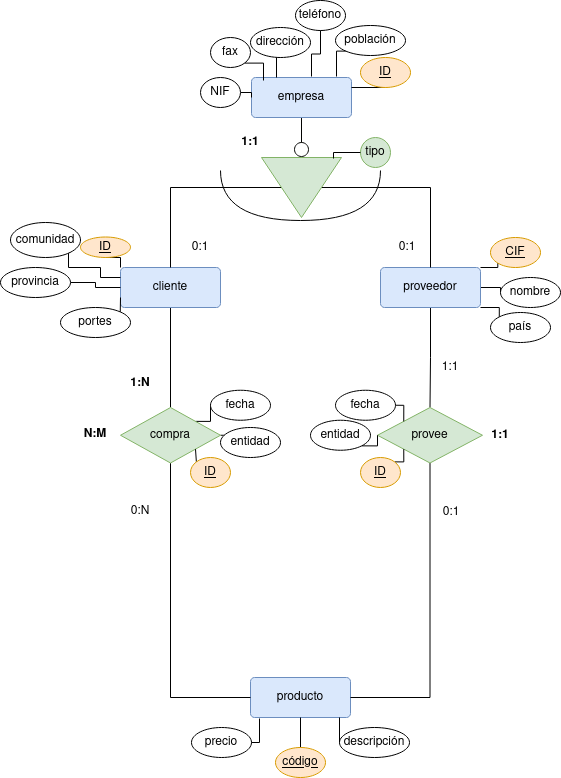
Above: Unidad-1/Tareas./Simulacro de examen/Empresa.drawio.png in mdiogc/base-datos (draw.io), before the change. Source tidied: cells renumbered, new cells last; positions are measured from the earlier drawing's top-left corner, leaving out a move shared by most shapes.
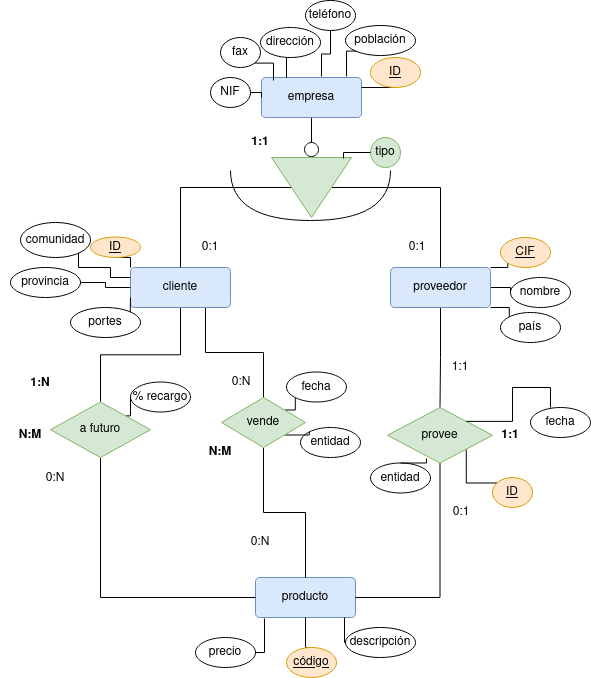
Later version of the same file.

The edit, as a diff of the source:
```diff
@@ -5,6 +5,9 @@
     <mxCell id="2" style="edgeStyle=orthogonalEdgeStyle;rounded=0;jettySize=auto;html=1;exitX=0.5;exitY=1;exitDx=0;exitDy=0;entryX=0.5;entryY=0;entryDx=0;entryDy=0;endArrow=none;endFill=0;" parent="1" edge="1" source="3" target="42">
       <mxGeometry relative="1" as="geometry" />
     </mxCell>
+    <mxCell id="72" style="edgeStyle=orthogonalEdgeStyle;rounded=0;jettySize=auto;html=1;exitX=0.75;exitY=1;exitDx=0;exitDy=0;entryX=0.5;entryY=0;entryDx=0;entryDy=0;endArrow=none;endFill=0;" parent="1" edge="1" source="3" target="77">
+      <mxGeometry relative="1" as="geometry" />
+    </mxCell>
     <mxCell id="3" value="cliente" style="rounded=1;arcSize=10;whiteSpace=wrap;html=1;align=center;fillColor=#dae8fc;strokeColor=#6c8ebf;" parent="1" vertex="1">
       <mxGeometry x="120" y="267" width="100" height="40" as="geometry" />
     </mxCell>
@@ -45,7 +48,7 @@
       <mxGeometry relative="1" as="geometry" />
     </mxCell>
     <mxCell id="16" value="producto" style="rounded=1;arcSize=10;whiteSpace=wrap;html=1;align=center;fillColor=#dae8fc;strokeColor=#6c8ebf;" parent="1" vertex="1">
-      <mxGeometry x="250" y="677" width="100" height="40" as="geometry" />
+      <mxGeometry x="245" y="577" width="100" height="40" as="geometry" />
     </mxCell>
     <mxCell id="17" style="edgeStyle=orthogonalEdgeStyle;rounded=0;jettySize=auto;html=1;exitX=1;exitY=0.5;exitDx=0;exitDy=0;entryX=0;entryY=0.5;entryDx=0;entryDy=0;endArrow=none;endFill=0;" parent="1" edge="1" source="18" target="10">
       <mxGeometry relative="1" as="geometry" />
@@ -122,20 +125,18 @@
     <mxCell id="39" style="edgeStyle=orthogonalEdgeStyle;rounded=0;jettySize=auto;html=1;exitX=0.5;exitY=1;exitDx=0;exitDy=0;entryX=0;entryY=0.5;entryDx=0;entryDy=0;endArrow=none;endFill=0;" parent="1" edge="1" source="42" target="16">
       <mxGeometry relative="1" as="geometry" />
     </mxCell>
-    <mxCell id="40" style="edgeStyle=orthogonalEdgeStyle;rounded=0;jettySize=auto;html=1;exitX=1;exitY=0.5;exitDx=0;exitDy=0;endArrow=none;endFill=0;" parent="1" edge="1" source="42">
-      <mxGeometry relative="1" as="geometry">
-        <mxPoint x="270" y="447" as="targetPoint" />
-      </mxGeometry>
-    </mxCell>
     <mxCell id="41" style="edgeStyle=orthogonalEdgeStyle;rounded=0;jettySize=auto;html=1;exitX=1;exitY=0;exitDx=0;exitDy=0;entryX=0;entryY=0.5;entryDx=0;entryDy=0;endArrow=none;endFill=0;" parent="1" edge="1" source="42" target="47">
       <mxGeometry relative="1" as="geometry" />
     </mxCell>
-    <mxCell id="42" value="compra" style="shape=rhombus;perimeter=rhombusPerimeter;whiteSpace=wrap;html=1;align=center;fillColor=#d5e8d4;strokeColor=#82b366;" parent="1" vertex="1">
-      <mxGeometry x="120" y="407" width="100" height="55.5" as="geometry" />
+    <mxCell id="42" value="a futuro" style="shape=rhombus;perimeter=rhombusPerimeter;whiteSpace=wrap;html=1;align=center;fillColor=#d5e8d4;strokeColor=#82b366;" parent="1" vertex="1">
+      <mxGeometry x="40" y="401.5" width="100" height="55.5" as="geometry" />
     </mxCell>
     <mxCell id="43" style="edgeStyle=orthogonalEdgeStyle;rounded=0;jettySize=auto;html=1;exitX=0.5;exitY=1;exitDx=0;exitDy=0;entryX=1;entryY=0.5;entryDx=0;entryDy=0;endArrow=none;endFill=0;" parent="1" edge="1" source="44" target="16">
       <mxGeometry relative="1" as="geometry" />
     </mxCell>
+    <mxCell id="73" style="edgeStyle=orthogonalEdgeStyle;rounded=0;jettySize=auto;html=1;exitX=1;exitY=1;exitDx=0;exitDy=0;endArrow=none;endFill=0;" parent="1" edge="1" source="44" target="50">
+      <mxGeometry relative="1" as="geometry" />
+    </mxCell>
     <mxCell id="44" value="provee" style="shape=rhombus;perimeter=rhombusPerimeter;whiteSpace=wrap;html=1;align=center;fillColor=#d5e8d4;strokeColor=#82b366;" parent="1" vertex="1">
       <mxGeometry x="377" y="407" width="105" height="55.5" as="geometry" />
     </mxCell>
@@ -145,35 +146,23 @@
     <mxCell id="46" value="país" style="ellipse;whiteSpace=wrap;html=1;align=center;" parent="1" vertex="1">
       <mxGeometry x="490" y="312" width="60" height="30" as="geometry" />
     </mxCell>
-    <mxCell id="47" value="fecha" style="ellipse;whiteSpace=wrap;html=1;align=center;" parent="1" vertex="1">
-      <mxGeometry x="210" y="389.8" width="60" height="30" as="geometry" />
+    <mxCell id="47" value="% recargo" style="ellipse;whiteSpace=wrap;html=1;align=center;" parent="1" vertex="1">
+      <mxGeometry x="120" y="381.5" width="60" height="30" as="geometry" />
     </mxCell>
-    <mxCell id="48" value="entidad" style="ellipse;whiteSpace=wrap;html=1;align=center;" parent="1" vertex="1">
-      <mxGeometry x="220" y="427" width="60" height="30" as="geometry" />
-    </mxCell>
-    <mxCell id="49" style="edgeStyle=orthogonalEdgeStyle;rounded=0;jettySize=auto;html=1;exitX=1;exitY=0;exitDx=0;exitDy=0;entryX=0;entryY=1;entryDx=0;entryDy=0;endArrow=none;endFill=0;" parent="1" edge="1" source="50" target="44">
-      <mxGeometry relative="1" as="geometry" />
-    </mxCell>
     <mxCell id="50" value="&lt;u&gt;ID&lt;/u&gt;" style="ellipse;whiteSpace=wrap;html=1;align=center;fillColor=#ffe6cc;strokeColor=#d79b00;" parent="1" vertex="1">
-      <mxGeometry x="360" y="457" width="40" height="30" as="geometry" />
+      <mxGeometry x="482" y="477" width="40" height="30" as="geometry" />
     </mxCell>
-    <mxCell id="51" style="edgeStyle=orthogonalEdgeStyle;rounded=0;jettySize=auto;html=1;exitX=0;exitY=0;exitDx=0;exitDy=0;entryX=1;entryY=1;entryDx=0;entryDy=0;endArrow=none;endFill=0;" parent="1" edge="1" source="52" target="42">
-      <mxGeometry relative="1" as="geometry" />
-    </mxCell>
-    <mxCell id="52" value="&lt;u&gt;ID&lt;/u&gt;" style="ellipse;whiteSpace=wrap;html=1;align=center;fillColor=#ffe6cc;strokeColor=#d79b00;" parent="1" vertex="1">
-      <mxGeometry x="190" y="457" width="40" height="30" as="geometry" />
-    </mxCell>
     <mxCell id="53" style="edgeStyle=orthogonalEdgeStyle;rounded=0;jettySize=auto;html=1;exitX=0.5;exitY=0;exitDx=0;exitDy=0;entryX=0.5;entryY=1;entryDx=0;entryDy=0;endArrow=none;endFill=0;" parent="1" edge="1" source="54" target="16">
       <mxGeometry relative="1" as="geometry" />
     </mxCell>
     <mxCell id="54" value="&lt;u&gt;código&lt;/u&gt;" style="ellipse;whiteSpace=wrap;html=1;align=center;fillColor=#ffe6cc;strokeColor=#d79b00;" parent="1" vertex="1">
-      <mxGeometry x="275" y="747" width="50" height="30" as="geometry" />
+      <mxGeometry x="276" y="647" width="50" height="30" as="geometry" />
     </mxCell>
     <mxCell id="55" value="descripción" style="ellipse;whiteSpace=wrap;html=1;align=center;" parent="1" vertex="1">
-      <mxGeometry x="339" y="727" width="70" height="30" as="geometry" />
+      <mxGeometry x="335" y="627" width="70" height="30" as="geometry" />
     </mxCell>
     <mxCell id="56" value="precio" style="ellipse;whiteSpace=wrap;html=1;align=center;" parent="1" vertex="1">
-      <mxGeometry x="191" y="727" width="60" height="30" as="geometry" />
+      <mxGeometry x="185" y="637" width="60" height="30" as="geometry" />
     </mxCell>
     <mxCell id="57" style="edgeStyle=orthogonalEdgeStyle;rounded=0;jettySize=auto;html=1;exitX=0;exitY=0.5;exitDx=0;exitDy=0;entryX=0.89;entryY=1;entryDx=0;entryDy=0;entryPerimeter=0;endArrow=none;endFill=0;" parent="1" edge="1" source="55" target="16">
       <mxGeometry relative="1" as="geometry" />
@@ -200,25 +189,52 @@
       <mxGeometry x="170" y="232" width="60" height="30" as="geometry" />
     </mxCell>
     <mxCell id="65" value="0:N" style="text;html=1;strokeColor=none;fillColor=none;align=center;verticalAlign=middle;whiteSpace=wrap;rounded=0;" parent="1" vertex="1">
-      <mxGeometry x="110" y="496" width="60" height="30" as="geometry" />
+      <mxGeometry x="15" y="462.5" width="60" height="30" as="geometry" />
     </mxCell>
     <mxCell id="66" value="&lt;b&gt;1:N&lt;/b&gt;" style="text;html=1;strokeColor=none;fillColor=none;align=center;verticalAlign=middle;whiteSpace=wrap;rounded=0;" parent="1" vertex="1">
-      <mxGeometry x="110" y="368" width="60" height="30" as="geometry" />
+      <mxGeometry y="368" width="60" height="30" as="geometry" />
     </mxCell>
     <mxCell id="67" value="&lt;b&gt;N:M&lt;/b&gt;" style="text;html=1;strokeColor=none;fillColor=none;align=center;verticalAlign=middle;whiteSpace=wrap;rounded=0;" parent="1" vertex="1">
-      <mxGeometry x="65" y="419" width="60" height="30" as="geometry" />
+      <mxGeometry x="-10" y="419.8" width="60" height="30" as="geometry" />
     </mxCell>
-    <mxCell id="68" style="edgeStyle=orthogonalEdgeStyle;rounded=0;jettySize=auto;html=1;exitX=1;exitY=0.5;exitDx=0;exitDy=0;entryX=0;entryY=0;entryDx=0;entryDy=0;endArrow=none;endFill=0;" parent="1" edge="1" source="69" target="44">
-      <mxGeometry relative="1" as="geometry" />
-    </mxCell>
     <mxCell id="69" value="fecha" style="ellipse;whiteSpace=wrap;html=1;align=center;" parent="1" vertex="1">
-      <mxGeometry x="335" y="389.8" width="60" height="30" as="geometry" />
+      <mxGeometry x="520" y="407" width="60" height="30" as="geometry" />
     </mxCell>
+    <mxCell id="71" value="entidad" style="ellipse;whiteSpace=wrap;html=1;align=center;" parent="1" vertex="1">
+      <mxGeometry x="360" y="462.5" width="60" height="30" as="geometry" />
+    </mxCell>
+    <mxCell id="48" value="entidad" style="ellipse;whiteSpace=wrap;html=1;align=center;" parent="1" vertex="1">
+      <mxGeometry x="290" y="427" width="60" height="30" as="geometry" />
+    </mxCell>
+    <mxCell id="74" style="edgeStyle=orthogonalEdgeStyle;rounded=0;jettySize=auto;html=1;exitX=0.5;exitY=1;exitDx=0;exitDy=0;entryX=0.5;entryY=0;entryDx=0;entryDy=0;endArrow=none;endFill=0;" parent="1" edge="1" source="77" target="16">
+      <mxGeometry relative="1" as="geometry" />
+    </mxCell>
+    <mxCell id="75" style="edgeStyle=orthogonalEdgeStyle;rounded=0;jettySize=auto;html=1;exitX=1;exitY=0;exitDx=0;exitDy=0;entryX=0;entryY=1;entryDx=0;entryDy=0;endArrow=none;endFill=0;" parent="1" edge="1" source="77" target="78">
+      <mxGeometry relative="1" as="geometry" />
+    </mxCell>
+    <mxCell id="76" style="edgeStyle=orthogonalEdgeStyle;rounded=0;jettySize=auto;html=1;exitX=1;exitY=1;exitDx=0;exitDy=0;entryX=0;entryY=0;entryDx=0;entryDy=0;endArrow=none;endFill=0;" parent="1" edge="1" source="77" target="48">
+      <mxGeometry relative="1" as="geometry" />
+    </mxCell>
+    <mxCell id="77" value="vende" style="shape=rhombus;perimeter=rhombusPerimeter;whiteSpace=wrap;html=1;align=center;fillColor=#d5e8d4;strokeColor=#82b366;" parent="1" vertex="1">
+      <mxGeometry x="211" y="397" width="84" height="50" as="geometry" />
+    </mxCell>
+    <mxCell id="78" value="fecha" style="ellipse;whiteSpace=wrap;html=1;align=center;" parent="1" vertex="1">
+      <mxGeometry x="276" y="371.5" width="60" height="30" as="geometry" />
+    </mxCell>
+    <mxCell id="79" style="edgeStyle=orthogonalEdgeStyle;rounded=0;jettySize=auto;html=1;exitX=1;exitY=0;exitDx=0;exitDy=0;entryX=0.333;entryY=0;entryDx=0;entryDy=0;entryPerimeter=0;endArrow=none;endFill=0;" parent="1" edge="1" source="44" target="69">
+      <mxGeometry relative="1" as="geometry" />
+    </mxCell>
-    <mxCell id="70" style="edgeStyle=orthogonalEdgeStyle;rounded=0;jettySize=auto;html=1;exitX=1;exitY=1;exitDx=0;exitDy=0;entryX=0;entryY=0.5;entryDx=0;entryDy=0;endArrow=none;endFill=0;" parent="1" edge="1" source="71" target="44">
+    <mxCell id="70" style="edgeStyle=orthogonalEdgeStyle;rounded=0;jettySize=auto;html=1;exitX=0.5;exitY=0;exitDx=0;exitDy=0;entryX=0.371;entryY=0.919;entryDx=0;entryDy=0;entryPerimeter=0;endArrow=none;endFill=0;" parent="1" edge="1" source="71" target="44">
       <mxGeometry relative="1" as="geometry" />
     </mxCell>
-    <mxCell id="71" value="entidad" style="ellipse;whiteSpace=wrap;html=1;align=center;" parent="1" vertex="1">
-      <mxGeometry x="310" y="419.8" width="60" height="30" as="geometry" />
-    </mxCell>
+    <mxCell id="80" value="&lt;b&gt;N:M&lt;/b&gt;" style="text;html=1;strokeColor=none;fillColor=none;align=center;verticalAlign=middle;whiteSpace=wrap;rounded=0;" parent="1" vertex="1">
+      <mxGeometry x="180" y="437" width="60" height="30" as="geometry" />
+    </mxCell>
+    <mxCell id="81" value="0:N" style="text;html=1;strokeColor=none;fillColor=none;align=center;verticalAlign=middle;whiteSpace=wrap;rounded=0;" parent="1" vertex="1">
+      <mxGeometry x="220" y="527" width="60" height="30" as="geometry" />
+    </mxCell>
+    <mxCell id="82" value="0:N" style="text;html=1;strokeColor=none;fillColor=none;align=center;verticalAlign=middle;whiteSpace=wrap;rounded=0;" parent="1" vertex="1">
+      <mxGeometry x="201" y="367" width="60" height="30" as="geometry" />
+    </mxCell>
   </root>
 </mxGraphModel>
```
